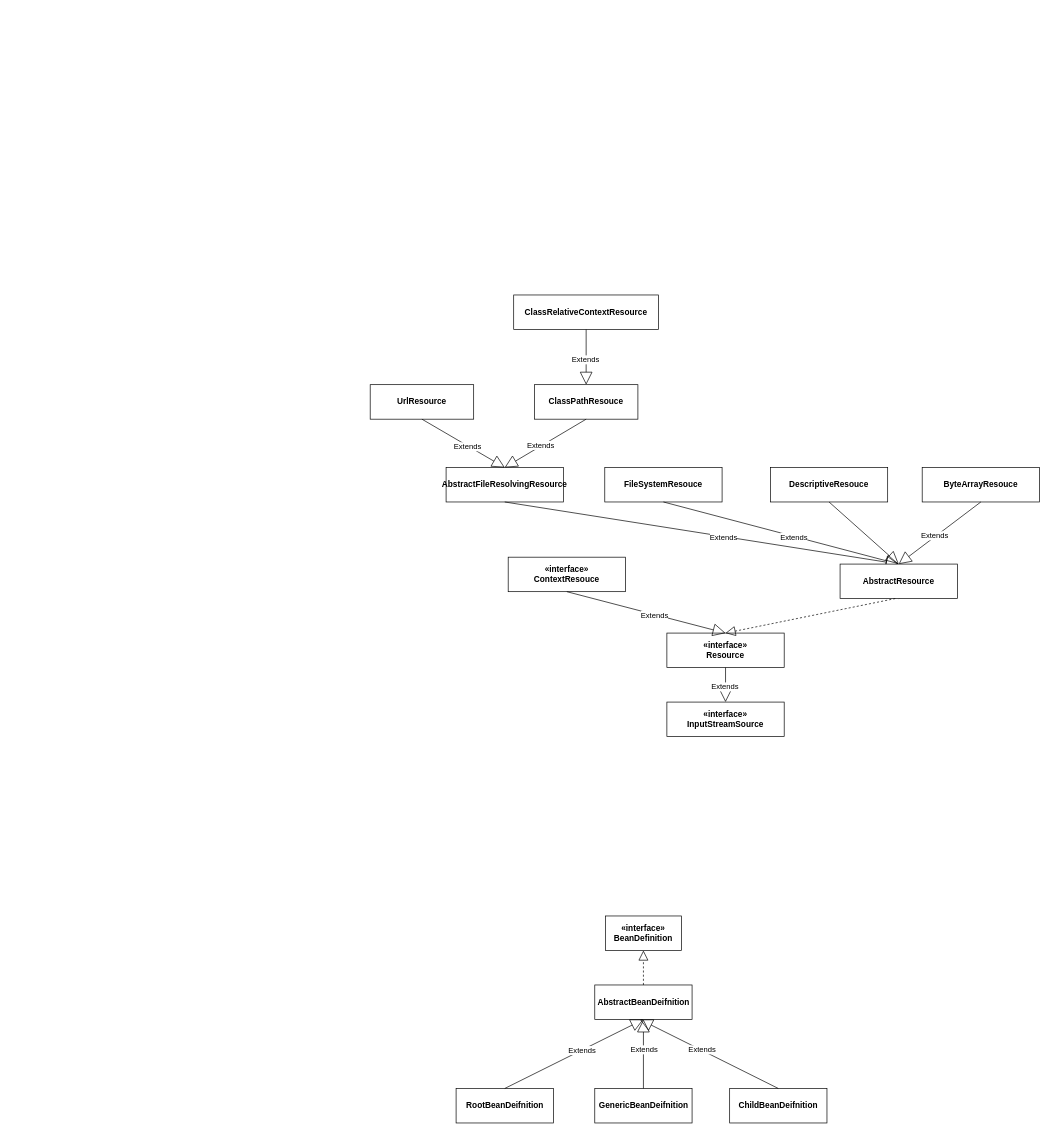
Earlier version of the draw.io diagram spring源码/spring源码深度解析/spring类图绘制.drawio (Jmugh/java). Source tidied: cells renumbered, new cells numbered last; positions are measured from the earlier drawing's top-left corner, leaving out a move shared by most shapes. Both pictures are drawn from the tidied source at 69%, with x=0, y=0 at pixel (370, 295).
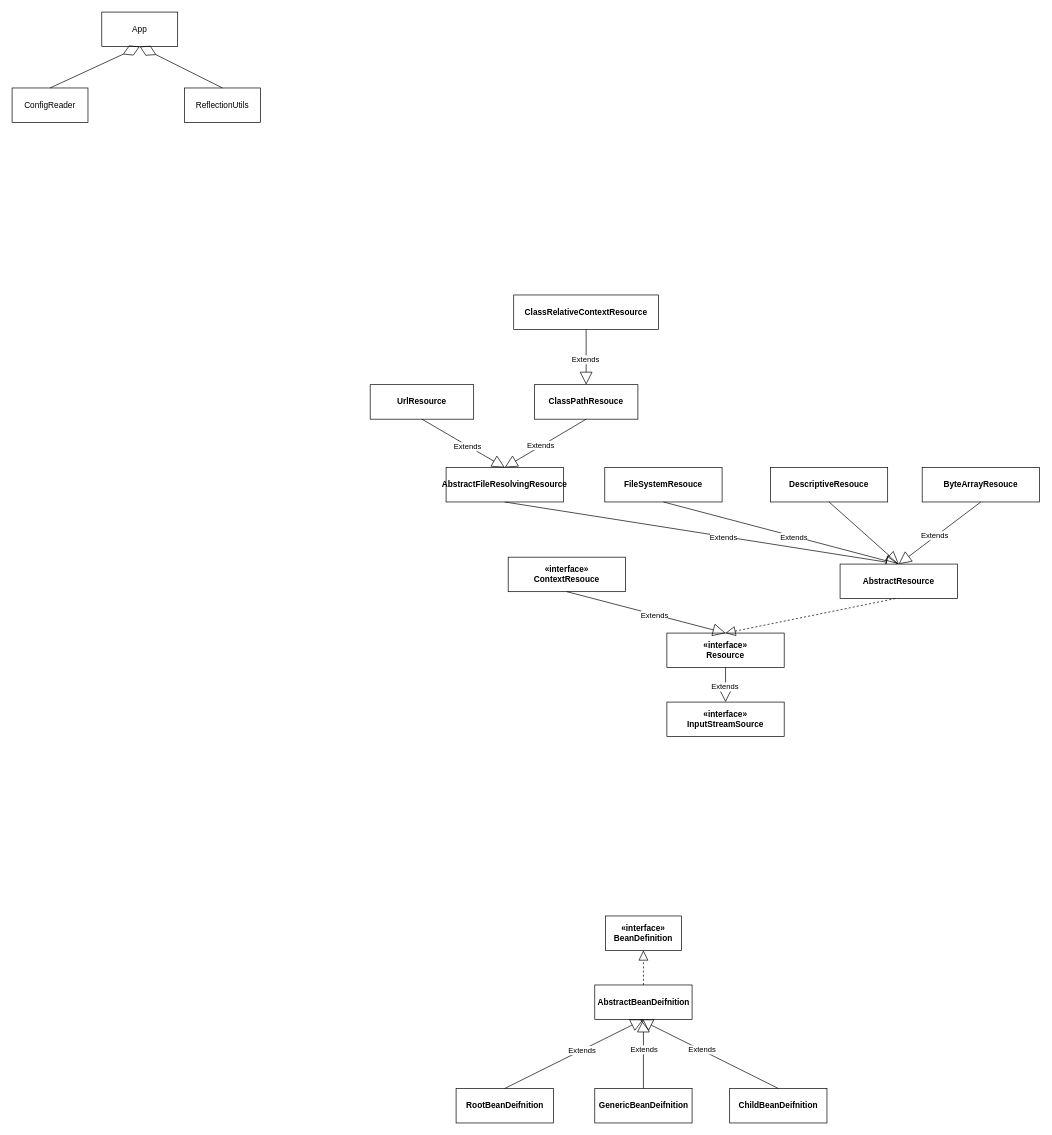
After the change.

Change to the diagram source:
```diff
@@
+    <mxCell id="33" value="ConfigReader" style="html=1;whiteSpace=wrap;" parent="1" vertex="1">
+      <mxGeometry x="-519" y="-300" width="110" height="50" as="geometry" />
+    </mxCell>
+    <mxCell id="34" value="ReflectionUtils" style="html=1;whiteSpace=wrap;" parent="1" vertex="1">
+      <mxGeometry x="-269" y="-300" width="110" height="50" as="geometry" />
+    </mxCell>
+    <mxCell id="35" value="App" style="html=1;whiteSpace=wrap;" parent="1" vertex="1">
+      <mxGeometry x="-389" y="-410" width="110" height="50" as="geometry" />
+    </mxCell>
+    <mxCell id="36" style="endArrow=diamondThin;endFill=0;endSize=24;html=1;rounded=0;exitX=0.5;exitY=0;exitDx=0;exitDy=0;entryX=0.5;entryY=1;entryDx=0;entryDy=0;" parent="1" edge="1" source="33" target="35">
+      <mxGeometry relative="1" as="geometry" />
+    </mxCell>
+    <mxCell id="37" style="endArrow=diamondThin;endFill=0;endSize=24;html=1;rounded=0;exitX=0.5;exitY=0;exitDx=0;exitDy=0;entryX=0.5;entryY=1;entryDx=0;entryDy=0;" parent="1" edge="1" source="34" target="35">
+      <mxGeometry relative="1" as="geometry" />
+    </mxCell>
```
